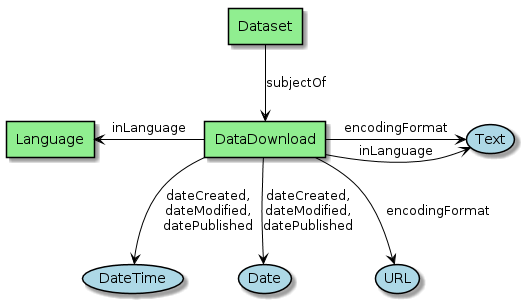
Before: series/diagrams/ListItem.png, a diagram exported from PlantUML (eovoc/eo-on-schema.org). Its diagram source:
```plantuml
@startuml

skinparam usecase {
BackgroundColor LightBlue
BorderColor Black
  ArrowColor Black
  linetype Ortho
}

skinparam agent {
BackgroundColor LightGreen
BorderColor Black
ArrowColor Black
linetype Ortho
}

agent Dataset
agent DataDownload
agent Language


Dataset -down-> DataDownload : "subjectOf"

DataDownload -down-> (DateTime) : "dateCreated,\ndateModified,\ndatePublished"

DataDownload -down-> (Date) : "dateCreated,\ndateModified,\ndatePublished"

DataDownload -right-> (Text) : "encodingFormat"

DataDownload --> (URL) : "encodingFormat"

DataDownload -right-> (Text) : "inLanguage"

DataDownload -left-> Language : "inLanguage"
@enduml
```
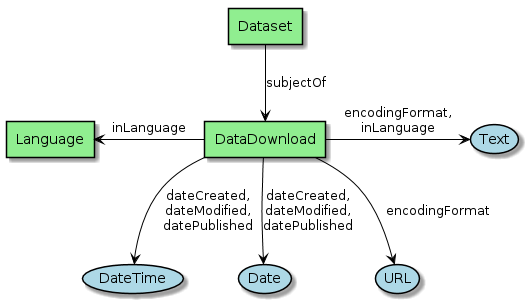
After the commit.

Diff of the diagram source:
```diff
@@ -25,11 +25,9 @@
 
 DataDownload -down-> (Date) : "dateCreated,\ndateModified,\ndatePublished"
 
-DataDownload -right-> (Text) : "encodingFormat"
+DataDownload -right-> (Text) : "encodingFormat,\ninLanguage"
 
 DataDownload --> (URL) : "encodingFormat"
 
-DataDownload -right-> (Text) : "inLanguage"
-
 DataDownload -left-> Language : "inLanguage"
 @enduml
```
